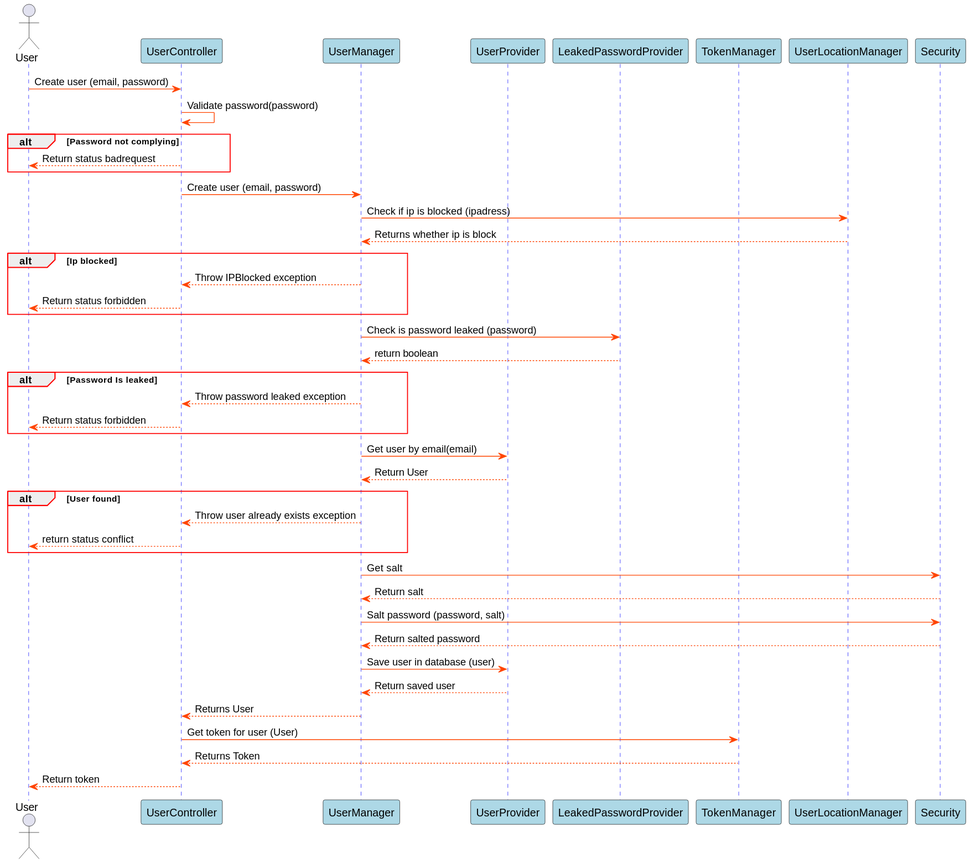
The PlantUML diagram Docs/out/SDDiagrams/CreateUserSD/Create User SD.svg in blackout1471/trust-us-school, before a commit.
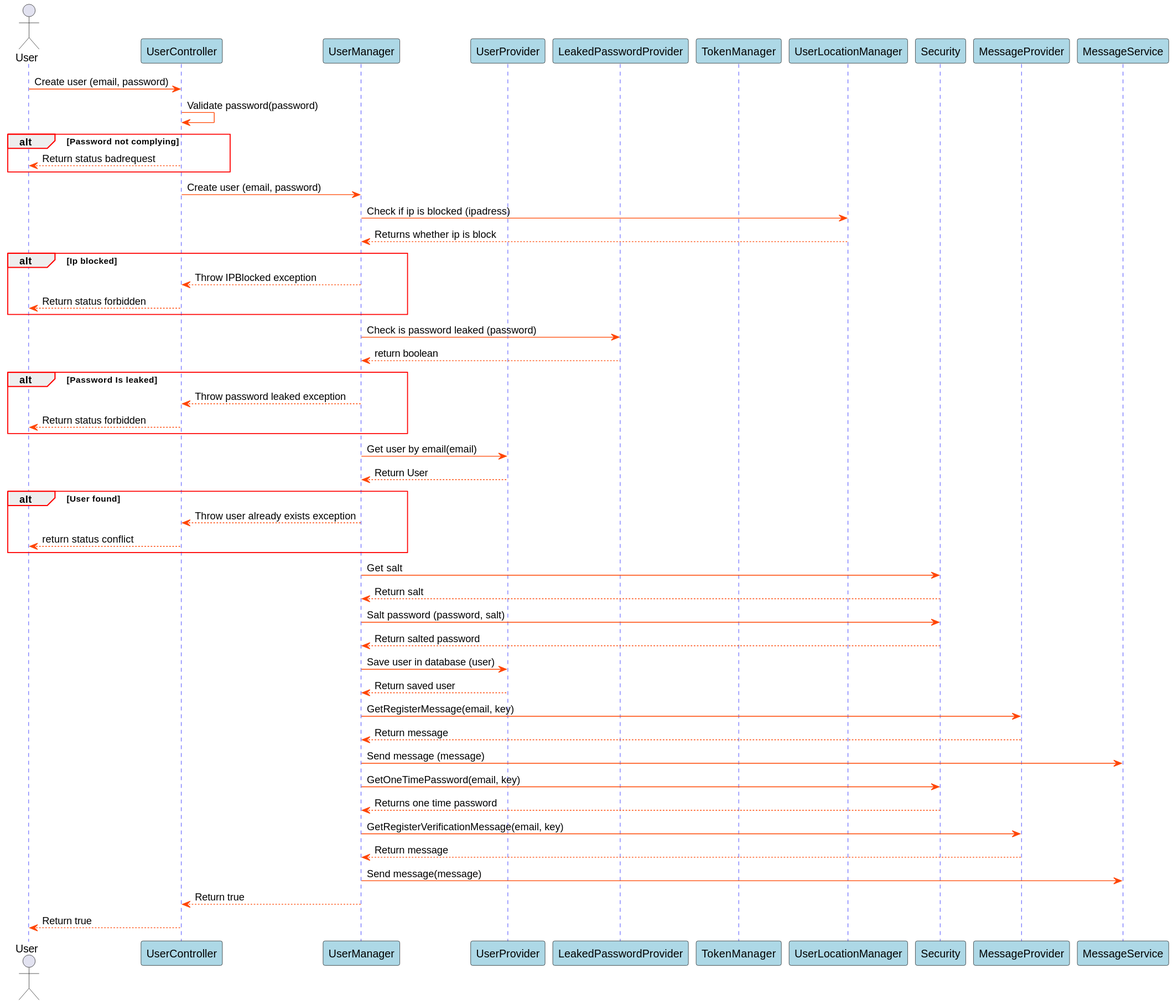
Above is the later version.

Diff of the diagram source:
```diff
@@ -19,6 +19,8 @@
 participant TokenManager
 participant UserLocationManager
 participant Security
+participant MessageProvider
+participant MessageService
 
 
 
@@ -67,11 +69,18 @@
 UserManager->UserProvider: Save user in database (user)
 UserProvider-->UserManager: Return saved user
 
+UserManager->MessageProvider: GetRegisterMessage(email, key)
+MessageProvider-->UserManager: Return message
+UserManager->MessageService: Send message (message)
 
-UserManager-->UserController: Returns User
-UserController->TokenManager: Get token for user (User)
-TokenManager-->UserController: Returns Token
+UserManager->Security: GetOneTimePassword(email, key)
+Security-->UserManager: Returns one time password
 
-UserController-->User: Return token
+UserManager->MessageProvider: GetRegisterVerificationMessage(email, key)
+MessageProvider-->UserManager: Return message
+UserManager->MessageService: Send message(message)
+
+UserManager-->UserController: Return true
+UserController-->User: Return true
 
 @enduml
```
